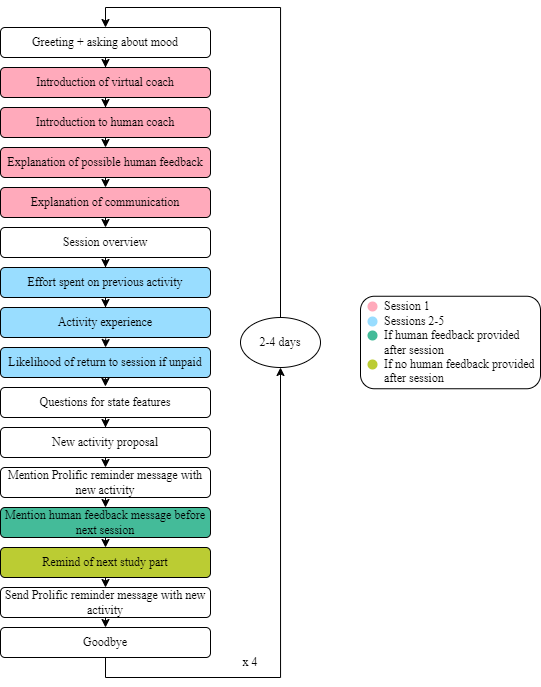
Earlier version of the draw.io export Readme_images/conversation_structure.png (PerfectFit-project/virtual_coach_human_inv). Source tidied: cells renumbered, new cells last; positions are measured from the earlier drawing's top-left corner, leaving out a move shared by most shapes.
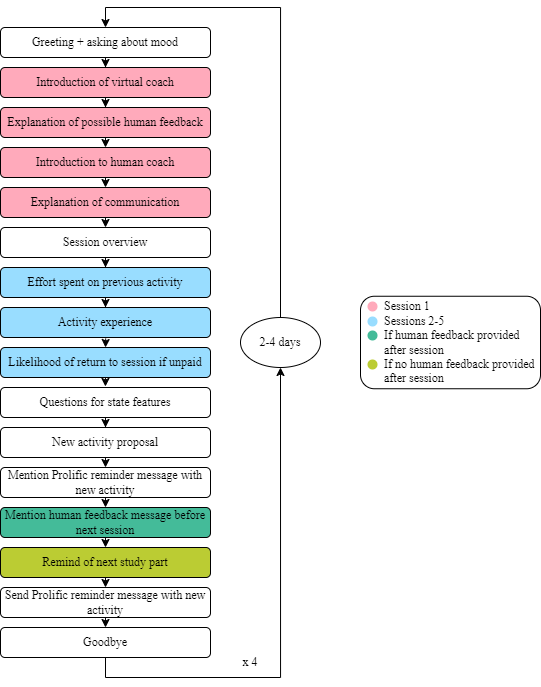
After the commit.

Commit message:
update conversation structure figure

Change to the diagram source:
```diff
@@ -102,10 +102,10 @@
         </Array>
       </mxGeometry>
     </mxCell>
-    <mxCell id="32" value="Explanation of possible human feedback" style="rounded=1;whiteSpace=wrap;html=1;fillColor=#FFAABB;fontFamily=Brother 1816 Regular;fontSource=https%3A%2F%2Ffonts.googleapis.com%2Fcss%3Ffamily%3DBrother%2B1816%2BRegular;" parent="1" vertex="1">
+    <mxCell id="32" value="Introduction to human coach" style="rounded=1;whiteSpace=wrap;html=1;fillColor=#FFAABB;fontFamily=Brother 1816 Regular;fontSource=https%3A%2F%2Ffonts.googleapis.com%2Fcss%3Ffamily%3DBrother%2B1816%2BRegular;" parent="1" vertex="1">
       <mxGeometry y="120" width="210" height="30" as="geometry" />
     </mxCell>
-    <mxCell id="33" value="Introduction to human coach" style="rounded=1;whiteSpace=wrap;html=1;fillColor=#FFAABB;fontFamily=Brother 1816 Regular;fontSource=https%3A%2F%2Ffonts.googleapis.com%2Fcss%3Ffamily%3DBrother%2B1816%2BRegular;" parent="1" vertex="1">
+    <mxCell id="33" value="Explanation of possible human feedback" style="rounded=1;whiteSpace=wrap;html=1;fillColor=#FFAABB;fontFamily=Brother 1816 Regular;fontSource=https%3A%2F%2Ffonts.googleapis.com%2Fcss%3Ffamily%3DBrother%2B1816%2BRegular;" parent="1" vertex="1">
       <mxGeometry y="80" width="210" height="30" as="geometry" />
     </mxCell>
     <mxCell id="34" style="edgeStyle=orthogonalEdgeStyle;rounded=0;jettySize=auto;html=1;entryX=0.5;entryY=0;entryDx=0;entryDy=0;fontFamily=Brother 1816 Regular;fontSource=https%3A%2F%2Ffonts.googleapis.com%2Fcss%3Ffamily%3DBrother%2B1816%2BRegular;exitX=0.5;exitY=1;exitDx=0;exitDy=0;" parent="1" edge="1" source="33" target="32">
```
